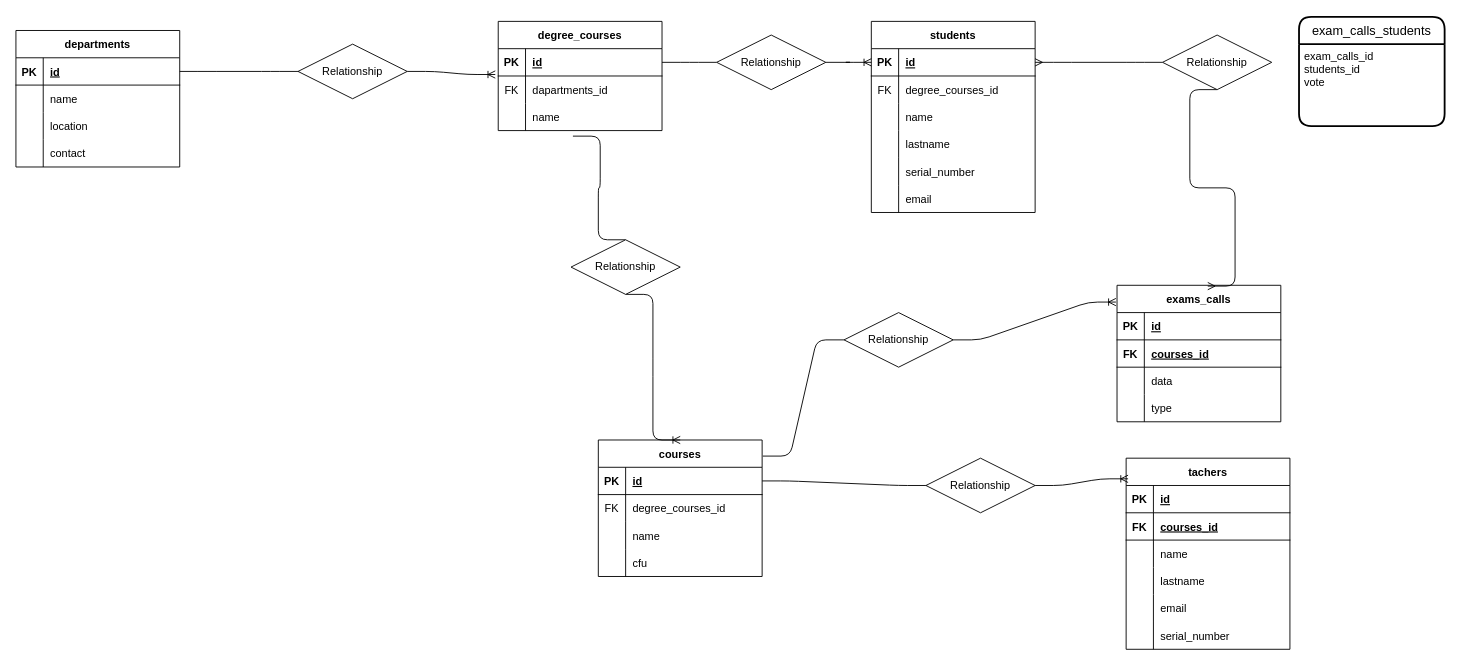
Above: schema.drawio in PaoloMarzocchi/db-university (draw.io), before the change. Source tidied: cells renumbered, new cells numbered last; positions are measured from the earlier drawing's top-left corner, leaving out a move shared by most shapes. Both pictures are drawn from the tidied source at 91%, with x=0, y=0 at pixel (15, 16).
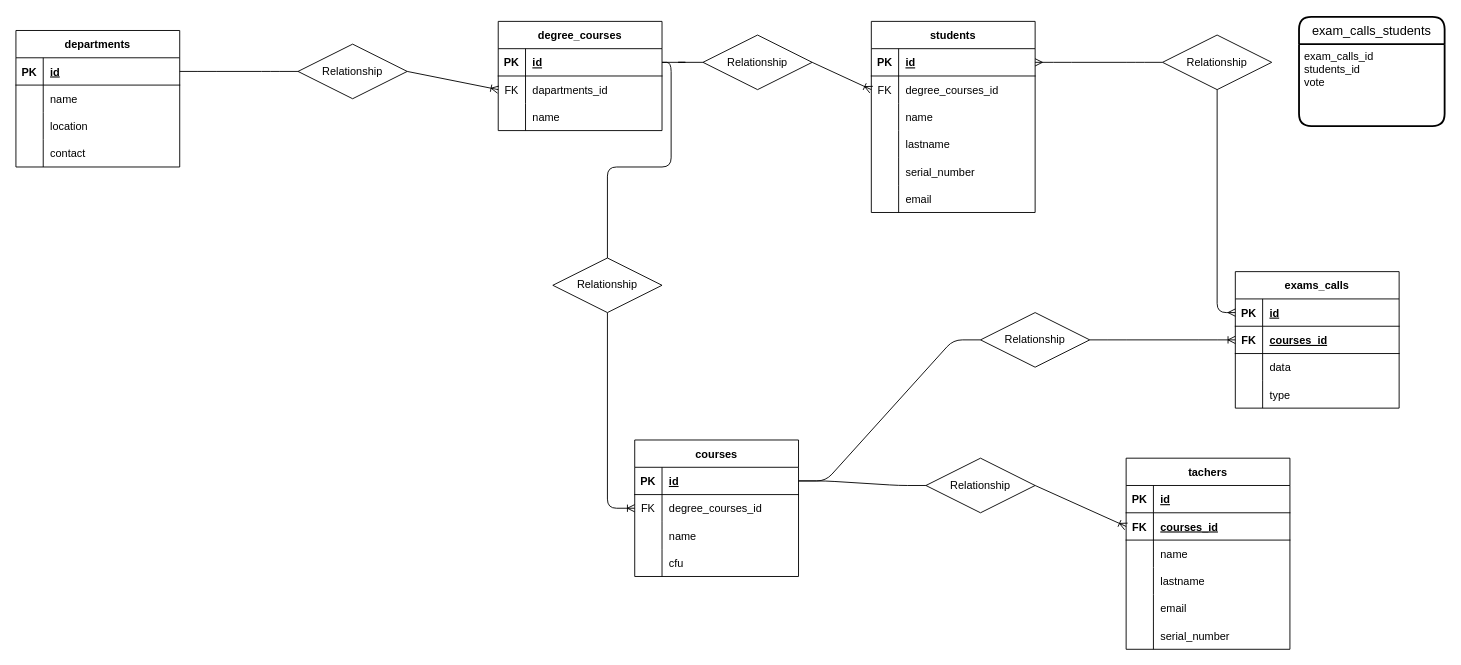
After the change.

The change refers to these unchanged cells:
```xml
<mxCell id="2" value="tachers" style="shape=table;startSize=30;childLayout=tableLayout;rowLines=0;fontStyle=1;align=center;" parent="1" vertex="1">
  <mxGeometry x="1220" y="485" width="180" height="210" as="geometry" />
</mxCell>
<mxCell id="6" style="shape=tableRow;horizontal=0;startSize=0;swimlaneHead=0;swimlaneBody=0;fillColor=none;points=[[0,0.5],[1,0.5]];portConstraint=eastwest;top=0;left=0;right=0;bottom=1;" parent="2" vertex="1">
  <mxGeometry y="60" width="180" height="30" as="geometry" />
</mxCell>
<mxCell id="22" style="shape=tableRow;horizontal=0;startSize=0;swimlaneHead=0;swimlaneBody=0;fillColor=none;points=[[0,0.5],[1,0.5]];portConstraint=eastwest;top=0;left=0;right=0;bottom=1;" parent="21" vertex="1">
  <mxGeometry y="30" width="180" height="30" as="geometry" />
</mxCell>
<mxCell id="25" style="shape=tableRow;horizontal=0;startSize=0;swimlaneHead=0;swimlaneBody=0;fillColor=none;points=[[0,0.5],[1,0.5]];portConstraint=eastwest;top=0;left=0;right=0;bottom=0;" parent="21" vertex="1">
  <mxGeometry y="60" width="180" height="30" as="geometry" />
</mxCell>
<mxCell id="28" style="shape=tableRow;horizontal=0;startSize=0;swimlaneHead=0;swimlaneBody=0;fillColor=none;points=[[0,0.5],[1,0.5]];portConstraint=eastwest;top=0;left=0;right=0;bottom=0;" parent="21" vertex="1">
  <mxGeometry y="90" width="180" height="30" as="geometry" />
</mxCell>
<mxCell id="32" style="shape=tableRow;horizontal=0;startSize=0;swimlaneHead=0;swimlaneBody=0;fillColor=none;points=[[0,0.5],[1,0.5]];portConstraint=eastwest;top=0;left=0;right=0;bottom=1;" parent="31" vertex="1">
  <mxGeometry y="30" width="180" height="30" as="geometry" />
</mxCell>
<mxCell id="35" style="shape=tableRow;horizontal=0;startSize=0;swimlaneHead=0;swimlaneBody=0;fillColor=none;points=[[0,0.5],[1,0.5]];portConstraint=eastwest;top=0;left=0;right=0;bottom=0;" parent="31" vertex="1">
  <mxGeometry y="60" width="180" height="30" as="geometry" />
</mxCell>
<mxCell id="58" style="shape=tableRow;horizontal=0;startSize=0;swimlaneHead=0;swimlaneBody=0;fillColor=none;points=[[0,0.5],[1,0.5]];portConstraint=eastwest;top=0;left=0;right=0;bottom=1;" parent="57" vertex="1">
  <mxGeometry y="30" width="180" height="30" as="geometry" />
</mxCell>
<mxCell id="61" style="shape=tableRow;horizontal=0;startSize=0;swimlaneHead=0;swimlaneBody=0;fillColor=none;points=[[0,0.5],[1,0.5]];portConstraint=eastwest;top=0;left=0;right=0;bottom=0;" parent="57" vertex="1">
  <mxGeometry y="60" width="180" height="30" as="geometry" />
</mxCell>
<mxCell id="77" style="shape=tableRow;horizontal=0;startSize=0;swimlaneHead=0;swimlaneBody=0;fillColor=none;points=[[0,0.5],[1,0.5]];portConstraint=eastwest;top=0;left=0;right=0;bottom=1;" parent="76" vertex="1">
  <mxGeometry y="30" width="180" height="30" as="geometry" />
</mxCell>
<mxCell id="80" style="shape=tableRow;horizontal=0;startSize=0;swimlaneHead=0;swimlaneBody=0;fillColor=none;points=[[0,0.5],[1,0.5]];portConstraint=eastwest;top=0;left=0;right=0;bottom=1;" parent="76" vertex="1">
  <mxGeometry y="60" width="180" height="30" as="geometry" />
</mxCell>
<mxCell id="91" value="Relationship" style="shape=rhombus;perimeter=rhombusPerimeter;whiteSpace=wrap;html=1;align=center;" parent="1" vertex="1">
  <mxGeometry x="310" y="30" width="120" height="60" as="geometry" />
</mxCell>
<mxCell id="97" value="Relationship" style="shape=rhombus;perimeter=rhombusPerimeter;whiteSpace=wrap;html=1;align=center;" parent="1" vertex="1">
  <mxGeometry x="1000" y="485" width="120" height="60" as="geometry" />
</mxCell>
<mxCell id="106" value="Relationship" style="shape=rhombus;perimeter=rhombusPerimeter;whiteSpace=wrap;html=1;align=center;" parent="1" vertex="1">
  <mxGeometry x="1260" y="20" width="120" height="60" as="geometry" />
</mxCell>
```

The edit, as a diff of the source:
```diff
@@
     <mxCell id="31" value="courses" style="shape=table;startSize=30;childLayout=tableLayout;rowLines=0;fontStyle=1;align=center;" parent="1" vertex="1">
-      <mxGeometry x="640" y="465" width="180" height="150" as="geometry" />
+      <mxGeometry x="680" y="465" width="180" height="150" as="geometry" />
     </mxCell>
@@
     <mxCell id="76" value="exams_calls" style="shape=table;startSize=30;childLayout=tableLayout;rowLines=0;fontStyle=1;align=center;" parent="1" vertex="1">
-      <mxGeometry x="1210" y="295" width="180" height="150" as="geometry" />
+      <mxGeometry x="1340" y="280" width="180" height="150" as="geometry" />
     </mxCell>
@@
-    <mxCell id="89" style="edgeStyle=entityRelationEdgeStyle;fontSize=12;html=1;endArrow=ERoneToMany;exitX=1;exitY=0.5;exitDx=0;exitDy=0;entryX=-0.018;entryY=-0.054;entryDx=0;entryDy=0;entryPerimeter=0;startArrow=none;" parent="1" edge="1" source="91" target="25">
+    <mxCell id="89" style="fontSize=12;html=1;endArrow=ERoneToMany;exitX=1;exitY=0.5;exitDx=0;exitDy=0;entryX=0;entryY=0.5;entryDx=0;entryDy=0;startArrow=none;" parent="1" edge="1" source="91" target="25">
       <mxGeometry relative="1" as="geometry" />
     </mxCell>
@@
-    <mxCell id="92" style="edgeStyle=entityRelationEdgeStyle;fontSize=12;html=1;endArrow=ERoneToMany;entryX=0.5;entryY=0;entryDx=0;entryDy=0;startArrow=none;exitX=0.5;exitY=1;exitDx=0;exitDy=0;" parent="1" edge="1" source="94" target="31">
+    <mxCell id="92" style="edgeStyle=orthogonalEdgeStyle;fontSize=12;html=1;endArrow=ERoneToMany;startArrow=none;exitX=0.5;exitY=1;exitDx=0;exitDy=0;entryX=0;entryY=0.5;entryDx=0;entryDy=0;" parent="1" edge="1" source="94" target="35">
       <mxGeometry relative="1" as="geometry" />
     </mxCell>
-    <mxCell id="93" style="edgeStyle=entityRelationEdgeStyle;fontSize=12;html=1;endArrow=none;entryX=0.5;entryY=0;entryDx=0;entryDy=0;exitX=0.456;exitY=1.203;exitDx=0;exitDy=0;exitPerimeter=0;" parent="1" edge="1" source="28" target="94">
+    <mxCell id="93" style="edgeStyle=orthogonalEdgeStyle;fontSize=12;html=1;endArrow=none;entryX=0.5;entryY=0;entryDx=0;entryDy=0;" parent="1" edge="1" source="22" target="94">
       <mxGeometry relative="1" as="geometry" />
     </mxCell>
     <mxCell id="94" value="Relationship" style="shape=rhombus;perimeter=rhombusPerimeter;whiteSpace=wrap;html=1;align=center;" parent="1" vertex="1">
-      <mxGeometry x="610" y="245" width="120" height="60" as="geometry" />
+      <mxGeometry x="590" y="265" width="120" height="60" as="geometry" />
     </mxCell>
-    <mxCell id="95" style="edgeStyle=entityRelationEdgeStyle;fontSize=12;html=1;endArrow=ERoneToMany;exitX=1;exitY=0.5;exitDx=0;exitDy=0;entryX=0.012;entryY=0.108;entryDx=0;entryDy=0;entryPerimeter=0;startArrow=none;" parent="1" edge="1" source="97" target="2">
+    <mxCell id="95" style="fontSize=12;html=1;endArrow=ERoneToMany;exitX=1;exitY=0.5;exitDx=0;exitDy=0;entryX=0;entryY=0.5;entryDx=0;entryDy=0;startArrow=none;" parent="1" edge="1" source="97" target="6">
       <mxGeometry relative="1" as="geometry" />
     </mxCell>
@@
-    <mxCell id="98" style="edgeStyle=entityRelationEdgeStyle;fontSize=12;html=1;endArrow=ERoneToMany;exitX=1;exitY=0.5;exitDx=0;exitDy=0;entryX=0;entryY=0.5;entryDx=0;entryDy=0;startArrow=none;" parent="1" edge="1" source="100" target="58">
+    <mxCell id="98" style="fontSize=12;html=1;endArrow=ERoneToMany;exitX=1;exitY=0.5;exitDx=0;exitDy=0;entryX=0;entryY=0.5;entryDx=0;entryDy=0;startArrow=none;" parent="1" edge="1" source="100" target="61">
       <mxGeometry relative="1" as="geometry" />
     </mxCell>
@@
     <mxCell id="100" value="Relationship" style="shape=rhombus;perimeter=rhombusPerimeter;whiteSpace=wrap;html=1;align=center;" parent="1" vertex="1">
-      <mxGeometry x="770" y="20" width="120" height="60" as="geometry" />
+      <mxGeometry x="755" y="20" width="120" height="60" as="geometry" />
     </mxCell>
-    <mxCell id="101" style="edgeStyle=entityRelationEdgeStyle;fontSize=12;html=1;endArrow=ERoneToMany;exitX=1;exitY=0.5;exitDx=0;exitDy=0;entryX=-0.007;entryY=0.123;entryDx=0;entryDy=0;entryPerimeter=0;startArrow=none;" parent="1" edge="1" source="103" target="76">
+    <mxCell id="101" style="edgeStyle=entityRelationEdgeStyle;fontSize=12;html=1;endArrow=ERoneToMany;exitX=1;exitY=0.5;exitDx=0;exitDy=0;entryX=0;entryY=0.5;entryDx=0;entryDy=0;startArrow=none;" parent="1" edge="1" source="103" target="80">
       <mxGeometry relative="1" as="geometry" />
     </mxCell>
-    <mxCell id="102" style="edgeStyle=entityRelationEdgeStyle;fontSize=12;html=1;endArrow=none;exitX=1.004;exitY=0.118;exitDx=0;exitDy=0;exitPerimeter=0;entryX=0;entryY=0.5;entryDx=0;entryDy=0;" parent="1" edge="1" source="31" target="103">
+    <mxCell id="102" style="edgeStyle=entityRelationEdgeStyle;fontSize=12;html=1;endArrow=none;exitX=1;exitY=0.5;exitDx=0;exitDy=0;entryX=0;entryY=0.5;entryDx=0;entryDy=0;" parent="1" edge="1" source="32" target="103">
       <mxGeometry relative="1" as="geometry" />
     </mxCell>
     <mxCell id="103" value="Relationship" style="shape=rhombus;perimeter=rhombusPerimeter;whiteSpace=wrap;html=1;align=center;" parent="1" vertex="1">
-      <mxGeometry x="910" y="325" width="120" height="60" as="geometry" />
+      <mxGeometry x="1060" y="325" width="120" height="60" as="geometry" />
     </mxCell>
-    <mxCell id="104" style="edgeStyle=entityRelationEdgeStyle;fontSize=12;html=1;endArrow=ERmany;startArrow=none;exitX=0.5;exitY=1;exitDx=0;exitDy=0;entryX=0.554;entryY=0.006;entryDx=0;entryDy=0;entryPerimeter=0;" parent="1" edge="1" source="106" target="76">
+    <mxCell id="104" style="edgeStyle=orthogonalEdgeStyle;fontSize=12;html=1;endArrow=ERmany;startArrow=none;exitX=0.5;exitY=1;exitDx=0;exitDy=0;entryX=0;entryY=0.5;entryDx=0;entryDy=0;" parent="1" edge="1" source="106" target="77">
       <mxGeometry relative="1" as="geometry" />
     </mxCell>
```
